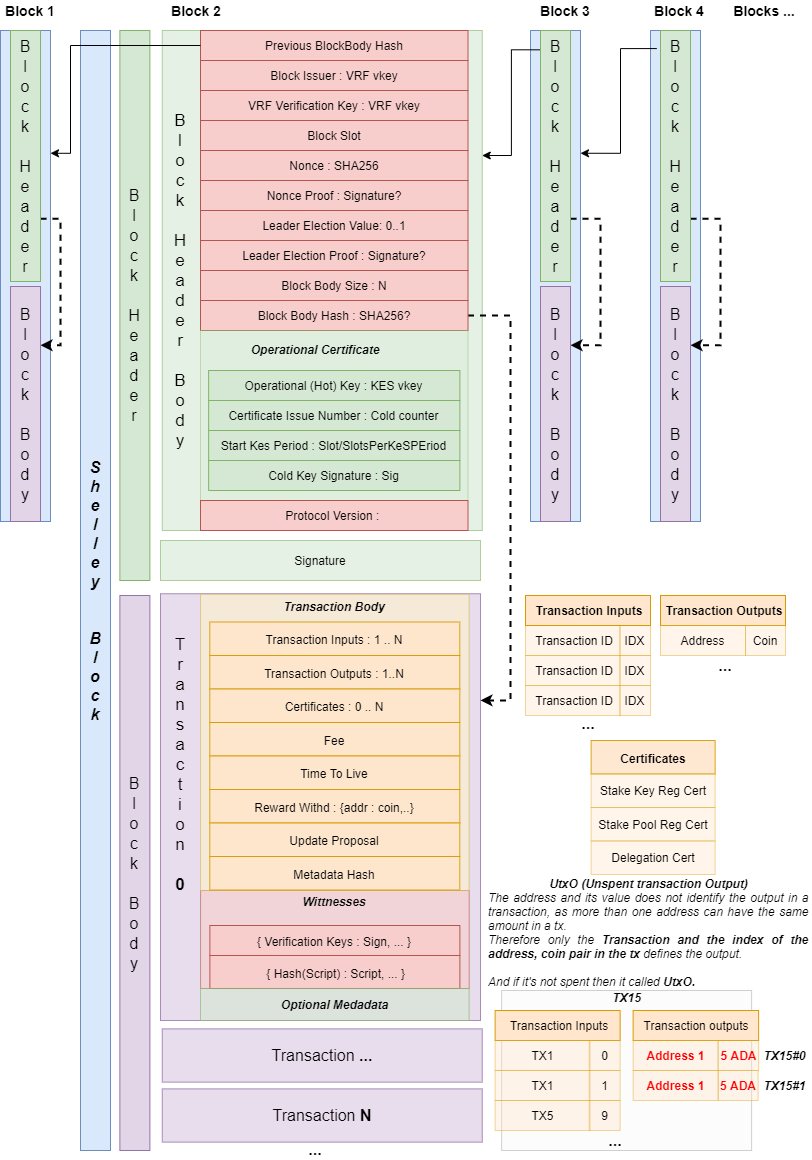
The draw.io diagram images/ShelleyBlock.png in ilap/ShelleyStuffs, before a commit. Source tidied: cells renumbered, new cells last; positions are measured from the earlier drawing's top-left corner, leaving out a move shared by most shapes.
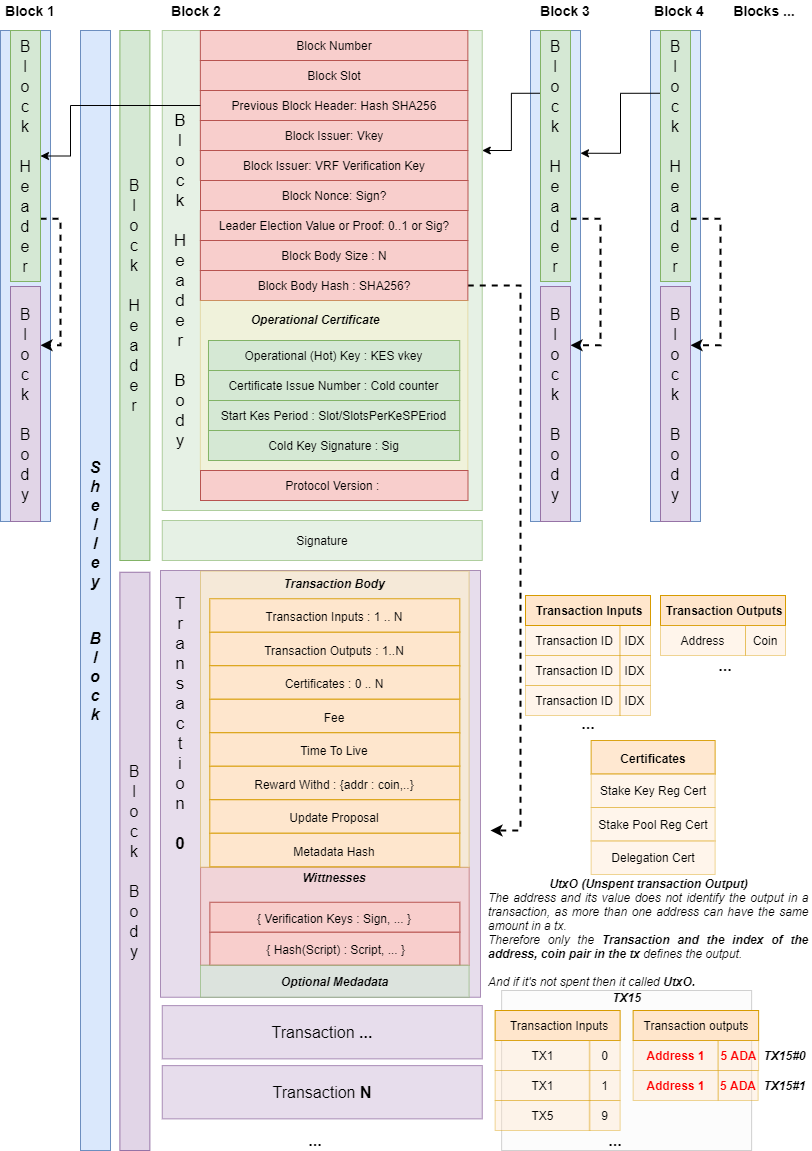
The same diagram one commit later.

Commit message:
Updated Shelley block image

Diff of the diagram source:
```diff
@@ -5,6 +5,6 @@
     <mxCell id="2" value="&lt;font style=&quot;font-size: 16px&quot;&gt;&lt;br&gt;&lt;/font&gt;" style="rounded=0;whiteSpace=wrap;html=1;fontSize=17;align=center;fillColor=#e1d5e7;strokeColor=#9673a6;opacity=80;" parent="1" vertex="1">
-      <mxGeometry x="160" y="593.2" width="320" height="426.8" as="geometry" />
+      <mxGeometry x="160" y="570" width="320" height="426.8" as="geometry" />
     </mxCell>
     <mxCell id="3" style="rounded=0;whiteSpace=wrap;html=1;fontSize=17;align=center;fillColor=#f8cecc;strokeColor=#b85450;opacity=60;" parent="1" vertex="1">
-      <mxGeometry x="200.1" y="890" width="268.6" height="98" as="geometry" />
+      <mxGeometry x="200.1" y="866.8" width="268.6" height="98" as="geometry" />
     </mxCell>
@@ -14,6 +14,6 @@
     <mxCell id="5" style="rounded=0;whiteSpace=wrap;html=1;fontSize=17;align=center;fillColor=#d5e8d4;strokeColor=#82b366;opacity=60;" parent="1" vertex="1">
-      <mxGeometry x="161.8" y="30" width="320" height="500" as="geometry" />
+      <mxGeometry x="161.8" y="30" width="320" height="480" as="geometry" />
     </mxCell>
     <mxCell id="6" style="rounded=0;whiteSpace=wrap;html=1;fontSize=17;opacity=60;align=center;fillColor=#fff2cc;strokeColor=#d6b656;" parent="1" vertex="1">
-      <mxGeometry x="200" y="593.8" width="268.6" height="296.2" as="geometry" />
+      <mxGeometry x="200" y="570.5" width="268.6" height="296.2" as="geometry" />
     </mxCell>
@@ -22,34 +22,26 @@
     </mxCell>
-    <mxCell id="8" value="Previous BlockBody Hash" style="rounded=0;whiteSpace=wrap;html=1;fillColor=#f8cecc;strokeColor=#b85450;" parent="1" vertex="1">
-      <mxGeometry x="200" y="30" width="267.5" height="30" as="geometry" />
+    <mxCell id="8" value="Previous Block Header: Hash SHA256" style="rounded=0;whiteSpace=wrap;html=1;fillColor=#f8cecc;strokeColor=#b85450;" parent="1" vertex="1">
+      <mxGeometry x="199.8" y="90" width="267.5" height="30" as="geometry" />
     </mxCell>
-    <mxCell id="9" value="Block Issuer : VRF vkey" style="rounded=0;whiteSpace=wrap;html=1;fillColor=#f8cecc;strokeColor=#b85450;align=center;" parent="1" vertex="1">
-      <mxGeometry x="200" y="60" width="267.5" height="30" as="geometry" />
+    <mxCell id="9" value="Block Issuer: Vkey" style="rounded=0;whiteSpace=wrap;html=1;fillColor=#f8cecc;strokeColor=#b85450;align=center;" parent="1" vertex="1">
+      <mxGeometry x="199.9" y="120" width="267.5" height="30" as="geometry" />
     </mxCell>
-    <mxCell id="10" value="VRF Verification Key : VRF vkey" style="rounded=0;whiteSpace=wrap;html=1;fillColor=#f8cecc;strokeColor=#b85450;align=center;" parent="1" vertex="1">
-      <mxGeometry x="200" y="90" width="267.5" height="30" as="geometry" />
+    <mxCell id="10" value="Block Issuer: VRF Verification Key" style="rounded=0;whiteSpace=wrap;html=1;fillColor=#f8cecc;strokeColor=#b85450;align=center;" parent="1" vertex="1">
+      <mxGeometry x="199.9" y="150" width="267.5" height="30" as="geometry" />
     </mxCell>
-    <mxCell id="11" value="Block Slot" style="rounded=0;whiteSpace=wrap;html=1;fillColor=#f8cecc;strokeColor=#b85450;align=center;" parent="1" vertex="1">
-      <mxGeometry x="200" y="120" width="267.5" height="30" as="geometry" />
-    </mxCell>
-    <mxCell id="12" value="Nonce : SHA256" style="rounded=0;whiteSpace=wrap;html=1;fillColor=#f8cecc;strokeColor=#b85450;align=center;" parent="1" vertex="1">
-      <mxGeometry x="200" y="150" width="267.5" height="30" as="geometry" />
-    </mxCell>
-    <mxCell id="13" value="Nonce Proof : Signature?" style="rounded=0;whiteSpace=wrap;html=1;fillColor=#f8cecc;strokeColor=#b85450;align=center;" parent="1" vertex="1">
+    <mxCell id="13" value="Block Nonce: Sign?" style="rounded=0;whiteSpace=wrap;html=1;fillColor=#f8cecc;strokeColor=#b85450;align=center;" parent="1" vertex="1">
       <mxGeometry x="200" y="180" width="267.5" height="30" as="geometry" />
     </mxCell>
-    <mxCell id="14" value="Leader Election Value: 0..1" style="rounded=0;whiteSpace=wrap;html=1;fillColor=#f8cecc;strokeColor=#b85450;align=center;" parent="1" vertex="1">
-      <mxGeometry x="200" y="210" width="267.5" height="30" as="geometry" />
+    <mxCell id="14" value="Leader Election Value or Proof: 0..1 or Sig?" style="rounded=0;whiteSpace=wrap;html=1;fillColor=#f8cecc;strokeColor=#b85450;align=center;" parent="1" vertex="1">
+      <mxGeometry x="199.9" y="210" width="267.5" height="30" as="geometry" />
     </mxCell>
-    <mxCell id="15" value="Leader Election Proof : Signature?" style="rounded=0;whiteSpace=wrap;html=1;fillColor=#f8cecc;strokeColor=#b85450;align=center;" parent="1" vertex="1">
-      <mxGeometry x="200" y="240" width="267.5" height="30" as="geometry" />
-    </mxCell>
     <mxCell id="16" value="Block Body Size : N" style="rounded=0;whiteSpace=wrap;html=1;fillColor=#f8cecc;strokeColor=#b85450;align=center;" parent="1" vertex="1">
-      <mxGeometry x="200" y="270" width="267.5" height="30" as="geometry" />
+      <mxGeometry x="199.8" y="240" width="267.5" height="30" as="geometry" />
     </mxCell>
-    <mxCell id="17" style="edgeStyle=orthogonalEdgeStyle;rounded=0;jettySize=auto;html=1;entryX=1;entryY=0.25;entryDx=0;entryDy=0;fontSize=12;dashed=1;strokeWidth=2;" parent="1" edge="1" source="18" target="2">
+    <mxCell id="17" style="edgeStyle=orthogonalEdgeStyle;rounded=0;jettySize=auto;html=1;fontSize=12;dashed=1;strokeWidth=2;" parent="1" edge="1" source="18">
       <mxGeometry relative="1" as="geometry">
+        <mxPoint x="490" y="830" as="targetPoint" />
         <Array as="points">
-          <mxPoint x="510" y="315" />
-          <mxPoint x="510" y="700" />
+          <mxPoint x="520" y="285" />
+          <mxPoint x="520" y="830" />
         </Array>
@@ -58,24 +50,24 @@
     <mxCell id="18" value="Block Body Hash : SHA256?" style="rounded=0;whiteSpace=wrap;html=1;fillColor=#f8cecc;strokeColor=#b85450;align=center;" parent="1" vertex="1">
-      <mxGeometry x="200" y="300" width="267.5" height="30" as="geometry" />
+      <mxGeometry x="199.8" y="270" width="267.5" height="30" as="geometry" />
     </mxCell>
-    <mxCell id="19" style="rounded=0;whiteSpace=wrap;html=1;fillColor=#d5e8d4;strokeColor=#82b366;align=center;opacity=40;" parent="1" vertex="1">
-      <mxGeometry x="200" y="330" width="267.5" height="170" as="geometry" />
+    <mxCell id="19" style="rounded=0;whiteSpace=wrap;html=1;fillColor=#fff2cc;strokeColor=#d6b656;align=center;opacity=40;" parent="1" vertex="1">
+      <mxGeometry x="199.8" y="300" width="267.5" height="170" as="geometry" />
     </mxCell>
     <mxCell id="20" value="Operational (Hot) Key : KES vkey" style="rounded=0;whiteSpace=wrap;html=1;fillColor=#d5e8d4;strokeColor=#82b366;align=center;" parent="1" vertex="1">
-      <mxGeometry x="208.1" y="370" width="251.2" height="30" as="geometry" />
+      <mxGeometry x="208" y="340" width="251.2" height="30" as="geometry" />
     </mxCell>
     <mxCell id="21" value="Operational Certificate" style="text;html=1;strokeColor=none;fillColor=none;align=center;verticalAlign=middle;whiteSpace=wrap;rounded=0;fontStyle=3;" parent="1" vertex="1">
-      <mxGeometry x="245" y="334" width="140" height="30" as="geometry" />
+      <mxGeometry x="244.8" y="304" width="140" height="30" as="geometry" />
     </mxCell>
     <mxCell id="22" value="Certificate Issue Number : Cold counter" style="rounded=0;whiteSpace=wrap;html=1;fillColor=#d5e8d4;strokeColor=#82b366;align=center;" parent="1" vertex="1">
-      <mxGeometry x="208.1" y="400" width="251.2" height="30" as="geometry" />
+      <mxGeometry x="208" y="370" width="251.2" height="30" as="geometry" />
     </mxCell>
     <mxCell id="23" value="Start Kes Period : Slot/SlotsPerKeSPEriod" style="rounded=0;whiteSpace=wrap;html=1;fillColor=#d5e8d4;strokeColor=#82b366;align=center;" parent="1" vertex="1">
-      <mxGeometry x="208.1" y="430" width="251.2" height="30" as="geometry" />
+      <mxGeometry x="208" y="400" width="251.2" height="30" as="geometry" />
     </mxCell>
     <mxCell id="24" value="Cold Key Signature : Sig" style="rounded=0;whiteSpace=wrap;html=1;fillColor=#d5e8d4;strokeColor=#82b366;align=center;" parent="1" vertex="1">
-      <mxGeometry x="208.1" y="460" width="251.2" height="30" as="geometry" />
+      <mxGeometry x="208" y="430" width="251.2" height="30" as="geometry" />
     </mxCell>
     <mxCell id="25" value="Protocol Version :&amp;nbsp;" style="rounded=0;whiteSpace=wrap;html=1;fillColor=#f8cecc;strokeColor=#b85450;align=center;" parent="1" vertex="1">
-      <mxGeometry x="200" y="500" width="267.5" height="30" as="geometry" />
+      <mxGeometry x="200" y="470" width="267.5" height="30" as="geometry" />
     </mxCell>
@@ -88,48 +80,48 @@
     <mxCell id="28" value="&lt;font style=&quot;font-size: 12px&quot;&gt;&lt;b&gt;&lt;i&gt;Transaction Body&lt;/i&gt;&lt;/b&gt;&lt;/font&gt;" style="text;html=1;strokeColor=none;fillColor=none;align=center;verticalAlign=middle;whiteSpace=wrap;rounded=0;fontSize=17;opacity=40;" parent="1" vertex="1">
-      <mxGeometry x="258.6" y="595" width="150" height="20" as="geometry" />
+      <mxGeometry x="258.6" y="571.8" width="150" height="20" as="geometry" />
     </mxCell>
     <mxCell id="29" value="&lt;font style=&quot;font-size: 12px&quot;&gt;Transaction Inputs : 1 .. N&lt;/font&gt;" style="rounded=0;whiteSpace=wrap;html=1;fontSize=17;opacity=90;align=center;fillColor=#ffe6cc;strokeColor=#d79b00;imageHeight=24;" parent="1" vertex="1">
-      <mxGeometry x="209.3" y="621.5" width="250" height="33.5" as="geometry" />
+      <mxGeometry x="209.3" y="598.2" width="250" height="33.5" as="geometry" />
     </mxCell>
     <mxCell id="30" value="&lt;font style=&quot;font-size: 12px&quot;&gt;Transaction Outputs : 1..N&lt;/font&gt;" style="rounded=0;whiteSpace=wrap;html=1;fontSize=17;opacity=90;align=center;fillColor=#ffe6cc;strokeColor=#d79b00;imageHeight=24;" parent="1" vertex="1">
-      <mxGeometry x="209.3" y="655" width="250" height="33.5" as="geometry" />
+      <mxGeometry x="209.3" y="631.8" width="250" height="33.5" as="geometry" />
     </mxCell>
     <mxCell id="31" value="&lt;font style=&quot;font-size: 12px&quot;&gt;Certificates : 0 .. N&lt;/font&gt;" style="rounded=0;whiteSpace=wrap;html=1;fontSize=17;opacity=90;align=center;fillColor=#ffe6cc;strokeColor=#d79b00;imageHeight=24;" parent="1" vertex="1">
-      <mxGeometry x="209.3" y="688.5" width="250" height="33.5" as="geometry" />
+      <mxGeometry x="209.3" y="665.2" width="250" height="33.5" as="geometry" />
     </mxCell>
     <mxCell id="32" value="&lt;font style=&quot;font-size: 12px&quot;&gt;Fee&lt;/font&gt;" style="rounded=0;whiteSpace=wrap;html=1;fontSize=17;opacity=90;align=center;fillColor=#ffe6cc;strokeColor=#d79b00;imageHeight=24;" parent="1" vertex="1">
-      <mxGeometry x="209.3" y="722" width="250" height="33.5" as="geometry" />
+      <mxGeometry x="209.3" y="698.8" width="250" height="33.5" as="geometry" />
     </mxCell>
     <mxCell id="33" value="&lt;font style=&quot;font-size: 12px&quot;&gt;Time To Live&lt;/font&gt;" style="rounded=0;whiteSpace=wrap;html=1;fontSize=17;opacity=90;align=center;fillColor=#ffe6cc;strokeColor=#d79b00;imageHeight=24;" parent="1" vertex="1">
-      <mxGeometry x="209.3" y="755.5" width="250" height="33.5" as="geometry" />
+      <mxGeometry x="209.3" y="732.2" width="250" height="33.5" as="geometry" />
     </mxCell>
     <mxCell id="34" value="&lt;font style=&quot;font-size: 12px&quot;&gt;Reward Withd : {addr : coin,..}&lt;/font&gt;" style="rounded=0;whiteSpace=wrap;html=1;fontSize=17;opacity=90;align=center;fillColor=#ffe6cc;strokeColor=#d79b00;imageHeight=24;" parent="1" vertex="1">
-      <mxGeometry x="209.3" y="789" width="250" height="33.5" as="geometry" />
+      <mxGeometry x="209.3" y="765.8" width="250" height="33.5" as="geometry" />
     </mxCell>
     <mxCell id="35" value="&lt;font style=&quot;font-size: 12px&quot;&gt;Update Proposal&lt;/font&gt;" style="rounded=0;whiteSpace=wrap;html=1;fontSize=17;opacity=90;align=center;fillColor=#ffe6cc;strokeColor=#d79b00;imageHeight=24;" parent="1" vertex="1">
-      <mxGeometry x="209.3" y="822.5" width="250" height="33.5" as="geometry" />
+      <mxGeometry x="209.3" y="799.2" width="250" height="33.5" as="geometry" />
     </mxCell>
     <mxCell id="36" value="&lt;font style=&quot;font-size: 12px&quot;&gt;Metadata Hash&lt;/font&gt;" style="rounded=0;whiteSpace=wrap;html=1;fontSize=17;opacity=90;align=center;fillColor=#ffe6cc;strokeColor=#d79b00;imageHeight=24;" parent="1" vertex="1">
-      <mxGeometry x="209.3" y="856" width="250" height="33.5" as="geometry" />
+      <mxGeometry x="209.3" y="832.8" width="250" height="33.5" as="geometry" />
     </mxCell>
     <mxCell id="37" value="&lt;font style=&quot;font-size: 12px&quot;&gt;{ Verification Keys : Sign, ... }&lt;/font&gt;" style="rounded=0;whiteSpace=wrap;html=1;fontSize=17;align=center;fillColor=#f8cecc;strokeColor=#b85450;" parent="1" vertex="1">
-      <mxGeometry x="209.4" y="925" width="250" height="30" as="geometry" />
+      <mxGeometry x="209.4" y="901.8" width="250" height="30" as="geometry" />
     </mxCell>
     <mxCell id="38" value="&lt;font style=&quot;font-size: 12px&quot;&gt;&amp;nbsp;{ Hash(Script) : Script, ... }&lt;/font&gt;" style="rounded=0;whiteSpace=wrap;html=1;fontSize=17;align=center;fillColor=#f8cecc;strokeColor=#b85450;" parent="1" vertex="1">
-      <mxGeometry x="209.4" y="955" width="250" height="33" as="geometry" />
+      <mxGeometry x="209.4" y="931.8" width="250" height="33" as="geometry" />
     </mxCell>
     <mxCell id="39" value="&lt;font style=&quot;font-size: 12px;&quot;&gt;Optional Medadata&lt;/font&gt;" style="rounded=0;whiteSpace=wrap;html=1;fontSize=12;align=center;fillColor=#d5e8d4;strokeColor=#82b366;fontStyle=3;opacity=60;" parent="1" vertex="1">
-      <mxGeometry x="200" y="988" width="268.6" height="32" as="geometry" />
+      <mxGeometry x="200" y="964.8" width="268.6" height="32" as="geometry" />
     </mxCell>
     <mxCell id="40" value="&lt;font style=&quot;font-size: 16px&quot;&gt;B&lt;br&gt;l&lt;br&gt;o&lt;br&gt;c&lt;br&gt;k&lt;br&gt;&amp;nbsp;&lt;br&gt;H&lt;br&gt;e&lt;br&gt;a&lt;br&gt;d&lt;br&gt;e&lt;br&gt;r&lt;/font&gt;" style="rounded=0;whiteSpace=wrap;html=1;fontSize=17;align=center;fillColor=#d5e8d4;strokeColor=#82b366;" parent="1" vertex="1">
-      <mxGeometry x="119.4" y="30" width="30" height="550" as="geometry" />
+      <mxGeometry x="119.4" y="30" width="30" height="530" as="geometry" />
     </mxCell>
     <mxCell id="41" value="&lt;font style=&quot;font-size: 16px&quot;&gt;B&lt;br&gt;l&lt;br&gt;o&lt;br&gt;c&lt;br&gt;k&lt;br&gt;&amp;nbsp;&lt;br&gt;B&lt;br&gt;o&lt;br&gt;d&lt;br&gt;y&lt;/font&gt;" style="rounded=0;whiteSpace=wrap;html=1;fontSize=17;align=center;fillColor=#e1d5e7;strokeColor=#9673a6;" parent="1" vertex="1">
-      <mxGeometry x="119.4" y="595" width="30" height="555" as="geometry" />
+      <mxGeometry x="119.4" y="571.8" width="30" height="578.2" as="geometry" />
     </mxCell>
     <mxCell id="42" value="&lt;font style=&quot;font-size: 12px;&quot;&gt;Signature&lt;br style=&quot;font-size: 12px;&quot;&gt;&lt;/font&gt;" style="rounded=0;whiteSpace=wrap;html=1;fontSize=12;align=center;fillColor=#d5e8d4;strokeColor=#82b366;opacity=60;" parent="1" vertex="1">
-      <mxGeometry x="160" y="540" width="320" height="40" as="geometry" />
+      <mxGeometry x="161.8" y="520" width="320" height="40" as="geometry" />
     </mxCell>
     <mxCell id="43" value="..." style="text;html=1;strokeColor=none;fillColor=none;align=center;verticalAlign=middle;whiteSpace=wrap;rounded=0;fontSize=16;opacity=60;fontStyle=1;" parent="1" vertex="1">
-      <mxGeometry x="295" y="1139" width="40" height="20" as="geometry" />
+      <mxGeometry x="294.9" y="1130" width="40" height="20" as="geometry" />
     </mxCell>
@@ -139,9 +131,9 @@
     <mxCell id="45" value="T&lt;br&gt;r&lt;br&gt;a&lt;br&gt;n&lt;br&gt;s&lt;br&gt;a&lt;br&gt;c&lt;br&gt;t&lt;br&gt;i&lt;br&gt;o&lt;br&gt;n&lt;br&gt;&lt;br&gt;&lt;b&gt;0&lt;/b&gt;" style="text;html=1;strokeColor=none;fillColor=none;align=center;verticalAlign=middle;whiteSpace=wrap;rounded=0;fontSize=17;" parent="1" vertex="1">
-      <mxGeometry x="160" y="593.8" width="40" height="340" as="geometry" />
+      <mxGeometry x="159.8" y="553.2" width="40" height="340" as="geometry" />
     </mxCell>
     <mxCell id="46" value="&lt;font style=&quot;font-size: 16px&quot;&gt;Transaction &lt;b&gt;...&lt;/b&gt;&lt;br&gt;&lt;/font&gt;" style="rounded=0;whiteSpace=wrap;html=1;fontSize=17;align=center;fillColor=#e1d5e7;strokeColor=#9673a6;opacity=80;" parent="1" vertex="1">
-      <mxGeometry x="161.7" y="1028.4" width="320" height="53.2" as="geometry" />
+      <mxGeometry x="161.7" y="1005.1" width="320" height="53.2" as="geometry" />
     </mxCell>
     <mxCell id="47" value="&lt;font style=&quot;font-size: 16px&quot;&gt;Transaction &lt;b&gt;N&lt;/b&gt;&lt;br&gt;&lt;/font&gt;" style="rounded=0;whiteSpace=wrap;html=1;fontSize=17;align=center;fillColor=#e1d5e7;strokeColor=#9673a6;opacity=80;" parent="1" vertex="1">
-      <mxGeometry x="161.7" y="1088.4" width="320" height="53.2" as="geometry" />
+      <mxGeometry x="161.7" y="1065.1" width="320" height="53.2" as="geometry" />
     </mxCell>
@@ -162,3 +154,3 @@
     </mxCell>
-    <mxCell id="53" style="edgeStyle=orthogonalEdgeStyle;rounded=0;jettySize=auto;html=1;fontSize=12;exitX=0.033;exitY=0.077;exitDx=0;exitDy=0;exitPerimeter=0;entryX=1;entryY=0.25;entryDx=0;entryDy=0;" parent="1" edge="1" source="55" target="5">
+    <mxCell id="53" style="edgeStyle=orthogonalEdgeStyle;rounded=0;jettySize=auto;html=1;fontSize=12;exitX=0;exitY=0.25;exitDx=0;exitDy=0;entryX=1;entryY=0.25;entryDx=0;entryDy=0;" parent="1" edge="1" source="55" target="5">
       <mxGeometry relative="1" as="geometry" />
@@ -182,3 +174,3 @@
     </mxCell>
-    <mxCell id="58" style="edgeStyle=orthogonalEdgeStyle;rounded=0;jettySize=auto;html=1;entryX=1;entryY=0.25;entryDx=0;entryDy=0;fontSize=12;exitX=-0.124;exitY=0.072;exitDx=0;exitDy=0;exitPerimeter=0;" parent="1" edge="1" source="60" target="52">
+    <mxCell id="58" style="edgeStyle=orthogonalEdgeStyle;rounded=0;jettySize=auto;html=1;entryX=1;entryY=0.25;entryDx=0;entryDy=0;fontSize=12;exitX=0;exitY=0.25;exitDx=0;exitDy=0;" parent="1" edge="1" source="60" target="52">
       <mxGeometry relative="1" as="geometry" />
@@ -211,10 +203,2 @@
     </mxCell>
-    <mxCell id="66" style="edgeStyle=orthogonalEdgeStyle;rounded=0;jettySize=auto;html=1;entryX=1;entryY=0.25;entryDx=0;entryDy=0;fontSize=12;" parent="1" edge="1" source="8" target="48">
-      <mxGeometry relative="1" as="geometry">
-        <Array as="points">
-          <mxPoint x="70" y="45" />
-          <mxPoint x="70" y="153" />
-        </Array>
-      </mxGeometry>
-    </mxCell>
     <mxCell id="67" value="Block 2" style="text;html=1;strokeColor=none;fillColor=none;align=center;verticalAlign=middle;whiteSpace=wrap;rounded=0;fontSize=14;opacity=60;fontStyle=1;" parent="1" vertex="1">
@@ -316,4 +300,18 @@
     <mxCell id="99" value="&lt;font style=&quot;font-size: 12px&quot;&gt;&lt;b&gt;&lt;i&gt;Wittnesses&lt;/i&gt;&lt;/b&gt;&lt;/font&gt;" style="text;html=1;strokeColor=none;fillColor=none;align=center;verticalAlign=middle;whiteSpace=wrap;rounded=0;fontSize=17;opacity=40;" parent="1" vertex="1">
-      <mxGeometry x="259.4" y="889.5" width="150" height="20" as="geometry" />
+      <mxGeometry x="259.4" y="866.2" width="150" height="20" as="geometry" />
     </mxCell>
+    <mxCell id="11" value="Block Number" style="rounded=0;whiteSpace=wrap;html=1;fillColor=#f8cecc;strokeColor=#b85450;align=center;" parent="1" vertex="1">
+      <mxGeometry x="199.8" y="30" width="267.5" height="30" as="geometry" />
+    </mxCell>
+    <mxCell id="100" value="Block Slot" style="rounded=0;whiteSpace=wrap;html=1;fillColor=#f8cecc;strokeColor=#b85450;align=center;" parent="1" vertex="1">
+      <mxGeometry x="199.8" y="60" width="267.5" height="30" as="geometry" />
+    </mxCell>
+    <mxCell id="101" style="edgeStyle=orthogonalEdgeStyle;rounded=0;jettySize=auto;html=1;entryX=1;entryY=0.5;entryDx=0;entryDy=0;" parent="1" edge="1" source="8" target="50">
+      <mxGeometry relative="1" as="geometry">
+        <Array as="points">
+          <mxPoint x="70" y="105" />
+          <mxPoint x="70" y="156" />
+        </Array>
+      </mxGeometry>
+    </mxCell>
   </root>
```
